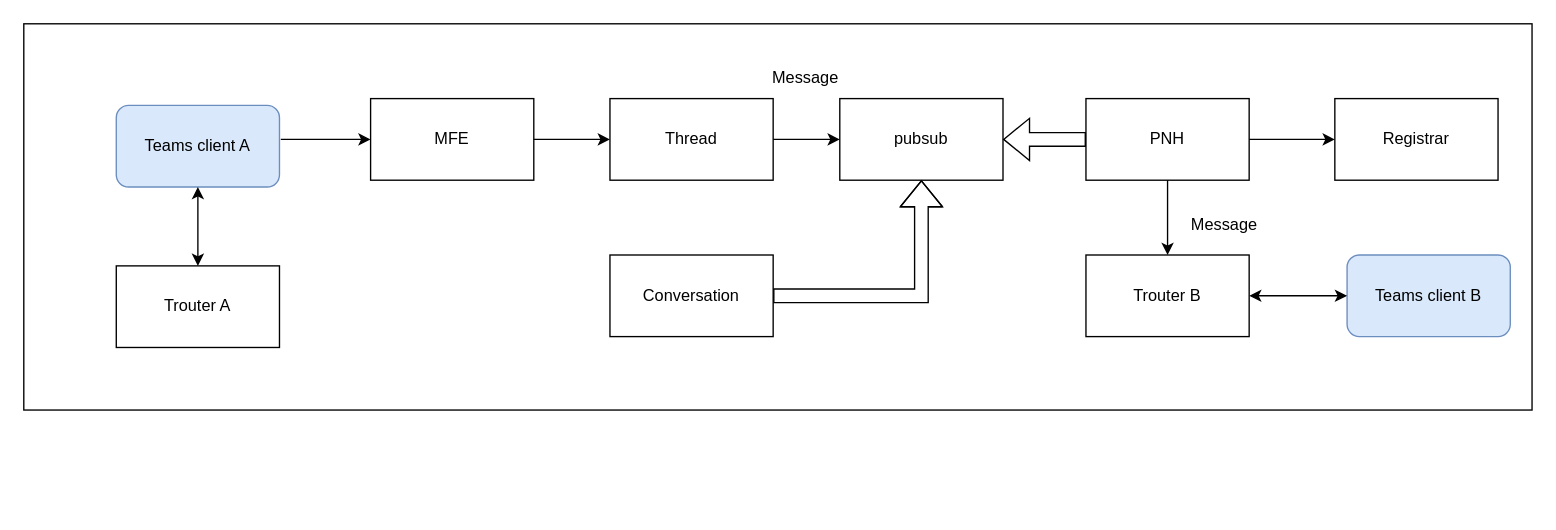
Before: Stamp Diagram.drawio in nonly/timewheel, a draw.io diagram. Source tidied: cells renumbered, new cells numbered last; positions are measured from the earlier drawing's top-left corner, leaving out a move shared by most shapes. Both pictures are drawn from the tidied source at 136%, with x=0, y=0 at pixel (23, 23).
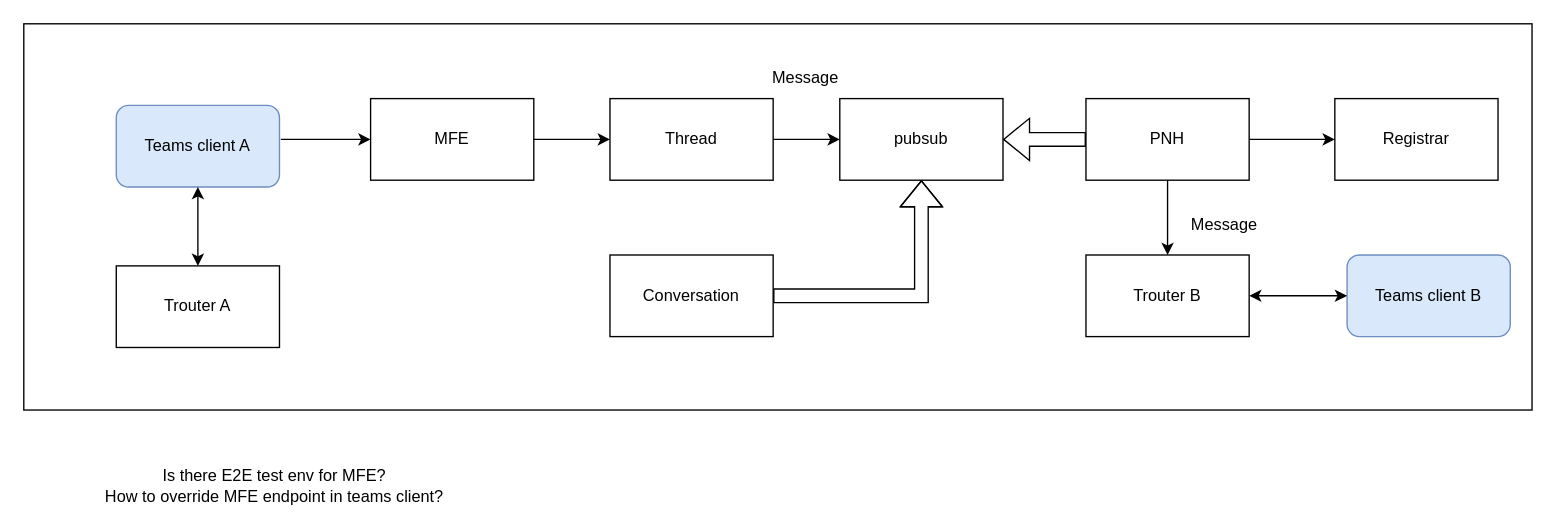
After the change.

The edit, as a diff of the source:
```diff
@@
+    <mxCell id="24" value="Is there E2E test env for MFE?&lt;div&gt;How to override MFE endpoint in teams client?&lt;/div&gt;" style="text;html=1;align=center;verticalAlign=middle;whiteSpace=wrap;rounded=0;" parent="1" vertex="1">
+      <mxGeometry x="24" y="325" width="321" height="30" as="geometry" />
+    </mxCell>
```
